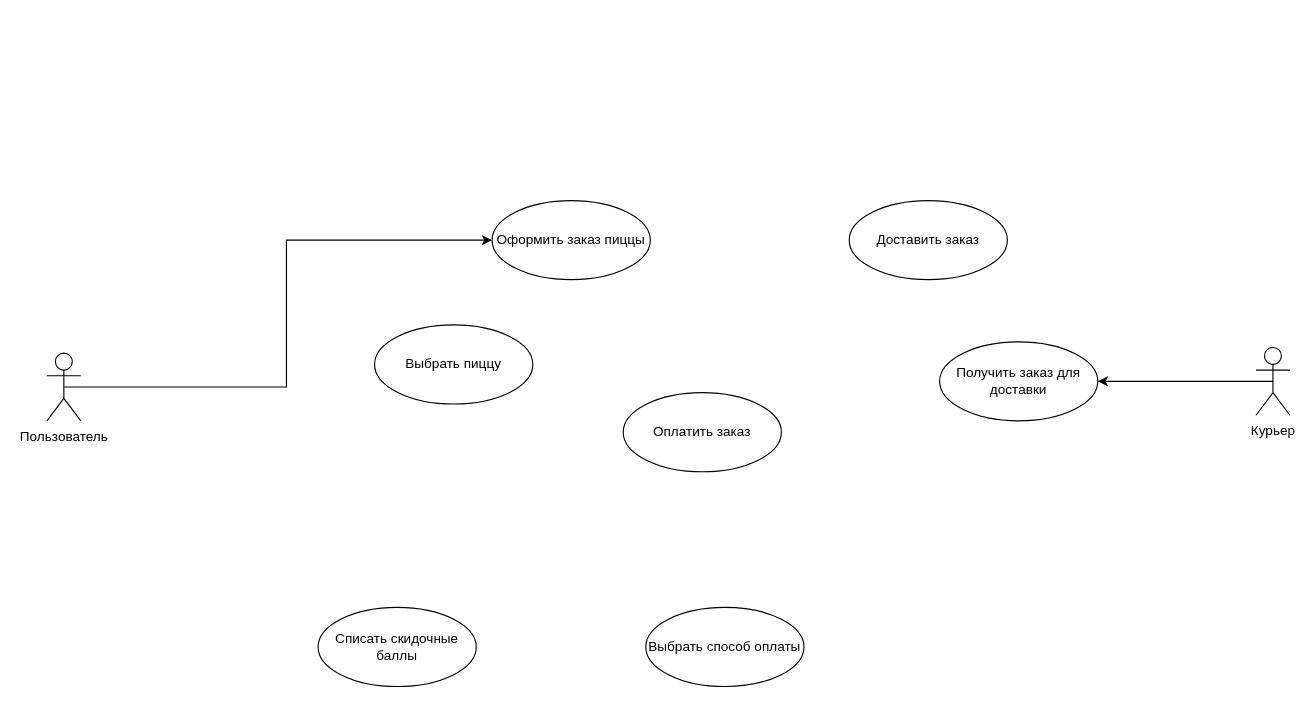
Earlier version of the draw.io diagram ВариантыИспользования.drawio (hard-gainer/UML). Source tidied: cells renumbered, new cells numbered last; positions are measured from the earlier drawing's top-left corner, leaving out a move shared by most shapes. Both pictures are drawn from the tidied source at 113%, with x=0, y=0 at pixel (46, 200).
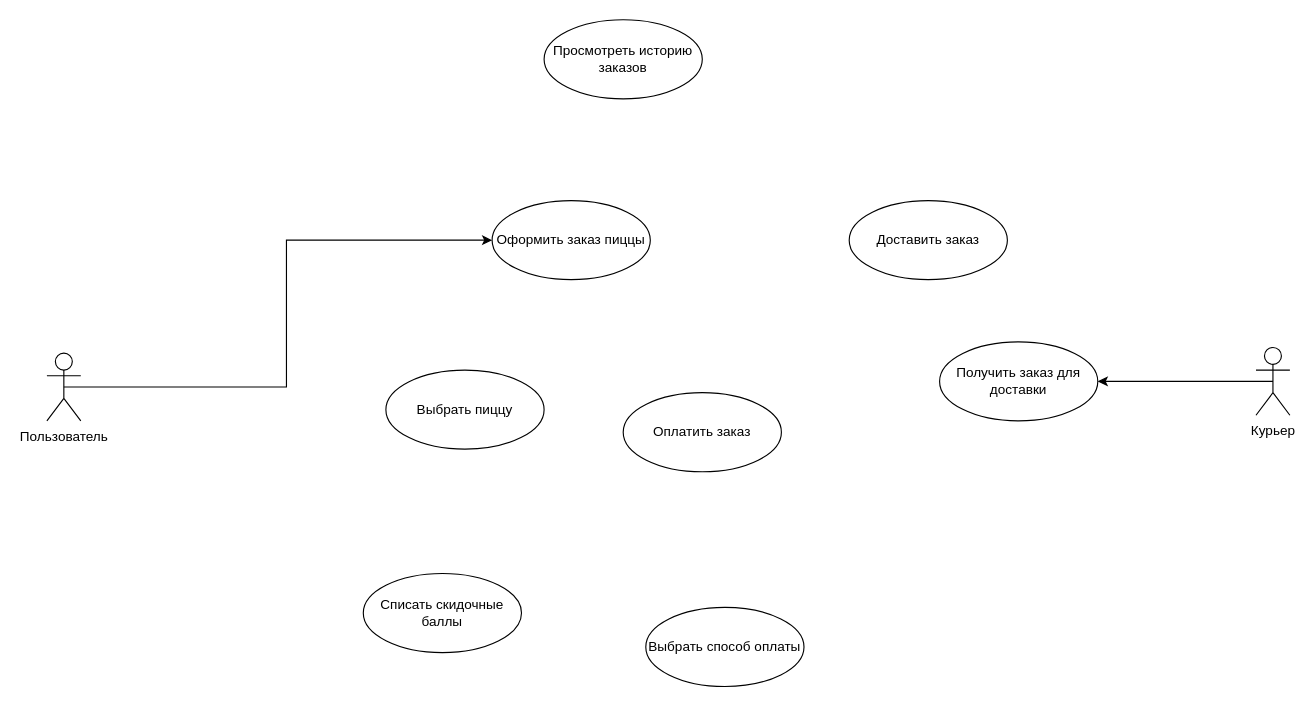
After the change.

The edit, as a diff of the source:
```diff
@@
 <mxGraphModel>
   <root>
     <mxCell id="0" />
     <mxCell id="1" parent="0" />
     <mxCell id="2" style="edgeStyle=orthogonalEdgeStyle;rounded=0;jettySize=auto;html=1;exitX=0.5;exitY=0.5;exitDx=0;exitDy=0;exitPerimeter=0;entryX=0;entryY=0.5;entryDx=0;entryDy=0;" parent="1" edge="1" source="3" target="7">
       <mxGeometry relative="1" as="geometry" />
     </mxCell>
     <mxCell id="3" value="Пользователь" style="shape=umlActor;verticalLabelPosition=bottom;verticalAlign=top;html=1;outlineConnect=0;labelPosition=center;align=center;" parent="1" vertex="1">
       <mxGeometry y="135" width="30" height="60" as="geometry" />
     </mxCell>
     <mxCell id="4" style="edgeStyle=orthogonalEdgeStyle;rounded=0;jettySize=auto;html=1;exitX=0.5;exitY=0.5;exitDx=0;exitDy=0;exitPerimeter=0;entryX=1;entryY=0.5;entryDx=0;entryDy=0;" parent="1" edge="1" source="5" target="12">
       <mxGeometry relative="1" as="geometry" />
     </mxCell>
     <mxCell id="5" value="Курьер" style="shape=umlActor;verticalLabelPosition=bottom;verticalAlign=top;html=1;outlineConnect=0;labelPosition=center;align=center;" parent="1" vertex="1">
       <mxGeometry x="1070" y="130" width="30" height="60" as="geometry" />
     </mxCell>
     <mxCell id="6" value="Выбрать пиццу" style="ellipse;whiteSpace=wrap;html=1;" parent="1" vertex="1">
-      <mxGeometry x="290" y="110" width="140" height="70" as="geometry" />
+      <mxGeometry x="300" y="150" width="140" height="70" as="geometry" />
     </mxCell>
     <mxCell id="7" value="Оформить заказ пиццы" style="ellipse;whiteSpace=wrap;html=1;" parent="1" vertex="1">
       <mxGeometry x="394" width="140" height="70" as="geometry" />
     </mxCell>
     <mxCell id="8" value="Доставить заказ" style="ellipse;whiteSpace=wrap;html=1;" parent="1" vertex="1">
       <mxGeometry x="710" width="140" height="70" as="geometry" />
     </mxCell>
     <mxCell id="9" value="Списать скидочные баллы" style="ellipse;whiteSpace=wrap;html=1;" parent="1" vertex="1">
-      <mxGeometry x="240" y="360" width="140" height="70" as="geometry" />
+      <mxGeometry x="280" y="330" width="140" height="70" as="geometry" />
     </mxCell>
     <mxCell id="10" value="Оплатить заказ" style="ellipse;whiteSpace=wrap;html=1;" parent="1" vertex="1">
       <mxGeometry x="510" y="170" width="140" height="70" as="geometry" />
     </mxCell>
     <mxCell id="11" value="Выбрать способ оплаты" style="ellipse;whiteSpace=wrap;html=1;" parent="1" vertex="1">
       <mxGeometry x="530" y="360" width="140" height="70" as="geometry" />
     </mxCell>
     <mxCell id="12" value="Получить заказ для доставки" style="ellipse;whiteSpace=wrap;html=1;" parent="1" vertex="1">
       <mxGeometry x="790" y="125" width="140" height="70" as="geometry" />
     </mxCell>
+    <mxCell id="13" value="Просмотреть историю заказов" style="ellipse;whiteSpace=wrap;html=1;" parent="1" vertex="1">
+      <mxGeometry x="440" y="-160" width="140" height="70" as="geometry" />
+    </mxCell>
   </root>
 </mxGraphModel>
```
